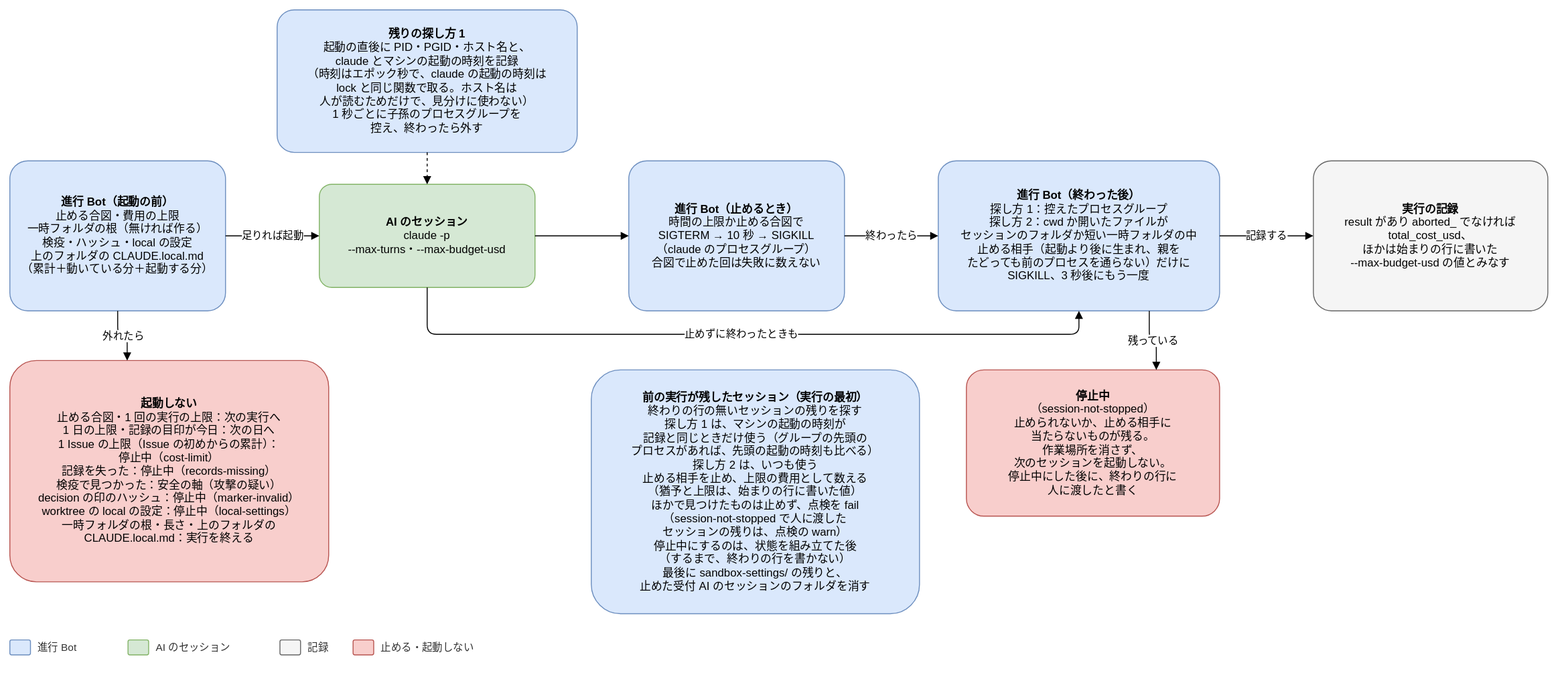
The draw.io diagram docs/design/basic/diagrams/03-stop-and-usage.drawio.svg in Joymerrevent/dev-autopilot, before a commit. Source tidied: cells renumbered, new cells last; positions are measured from the earlier drawing's top-left corner, leaving out a move shared by most shapes.
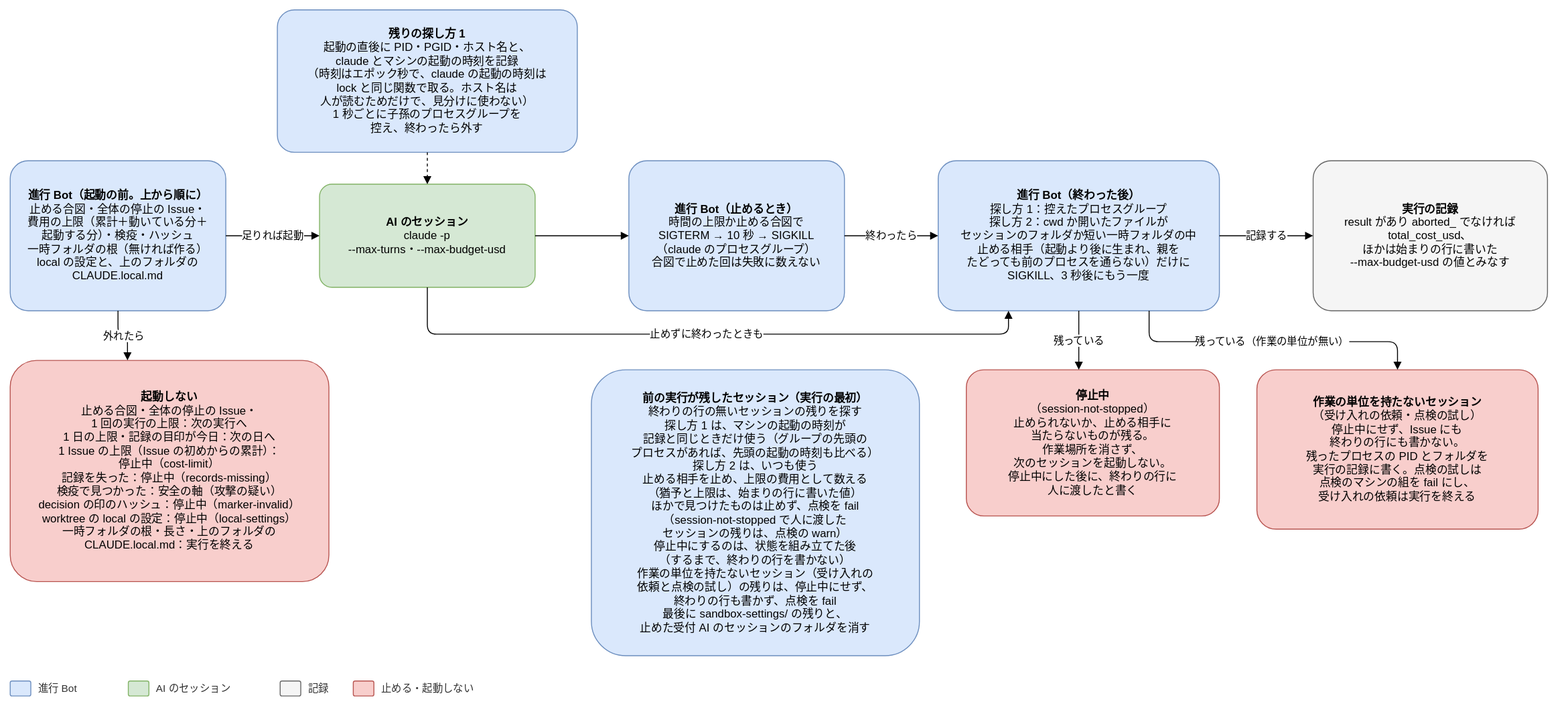
The same file after the commit.

What changed in the source:
```diff
@@ -2,7 +2,7 @@
   <root>
     <mxCell id="0" />
     <mxCell id="1" parent="0" />
-    <mxCell id="2" value="&lt;b&gt;進行 Bot（起動の前）&lt;/b&gt;&lt;br&gt;止める合図・費用の上限&lt;br&gt;一時フォルダの根（無ければ作る）&lt;br&gt;検疫・ハッシュ・local の設定&lt;br&gt;上のフォルダの CLAUDE.local.md&lt;br&gt;（累計＋動いている分＋起動する分）" style="rounded=1;whiteSpace=wrap;html=1;fontSize=12;arcSize=12;spacing=12;fillColor=#dae8fc;strokeColor=#6c8ebf;" parent="1" vertex="1">
+    <mxCell id="2" value="&lt;b&gt;進行 Bot（起動の前。上から順に）&lt;/b&gt;&lt;br&gt;止める合図・全体の停止の Issue・&lt;br&gt;費用の上限（累計＋動いている分＋&lt;br&gt;起動する分）・検疫・ハッシュ&lt;br&gt;一時フォルダの根（無ければ作る）&lt;br&gt;local の設定と、上のフォルダの&lt;br&gt;CLAUDE.local.md" style="rounded=1;whiteSpace=wrap;html=1;fontSize=12;arcSize=12;spacing=12;fillColor=#dae8fc;strokeColor=#6c8ebf;" parent="1" vertex="1">
       <mxGeometry y="161" width="230" height="160" as="geometry" />
     </mxCell>
     <mxCell id="3" value="&lt;b&gt;AI のセッション&lt;/b&gt;&lt;br&gt;claude -p&lt;br&gt;--max-turns・--max-budget-usd" style="rounded=1;whiteSpace=wrap;html=1;fontSize=12;arcSize=12;spacing=12;fillColor=#d5e8d4;strokeColor=#82b366;" parent="1" vertex="1">
@@ -29,11 +29,11 @@
     <mxCell id="10" value="終わったら" style="edgeStyle=orthogonalEdgeStyle;rounded=1;html=1;endArrow=block;endFill=1;fontSize=11;labelBackgroundColor=#ffffff;exitX=1;exitY=0.5;exitDx=0;exitDy=0;entryX=0;entryY=0.5;entryDx=0;entryDy=0;" parent="1" edge="1" source="7" target="9">
       <mxGeometry relative="1" as="geometry" />
     </mxCell>
-    <mxCell id="11" value="止めずに終わったときも" style="edgeStyle=orthogonalEdgeStyle;rounded=1;html=1;endArrow=block;endFill=1;fontSize=11;labelBackgroundColor=#ffffff;exitX=0.5;exitY=1;exitDx=0;exitDy=0;entryX=0.5;entryY=1;entryDx=0;entryDy=0;" parent="1" edge="1" source="3" target="9">
+    <mxCell id="11" value="止めずに終わったときも" style="edgeStyle=orthogonalEdgeStyle;rounded=1;html=1;endArrow=block;endFill=1;fontSize=11;labelBackgroundColor=#ffffff;exitX=0.5;exitY=1;exitDx=0;exitDy=0;entryX=0.25;entryY=1;entryDx=0;entryDy=0;" parent="1" edge="1" source="3" target="9">
       <mxGeometry relative="1" as="geometry">
         <Array as="points">
           <mxPoint x="445" y="346" />
-          <mxPoint x="1140" y="346" />
+          <mxPoint x="1065" y="346" />
         </Array>
       </mxGeometry>
     </mxCell>
@@ -46,41 +46,52 @@
     <mxCell id="14" value="&lt;b&gt;停止中&lt;/b&gt;&lt;br&gt;（session-not-stopped）&lt;br&gt;止められないか、止める相手に&lt;br&gt;当たらないものが残る。&lt;br&gt;作業場所を消さず、&lt;br&gt;次のセッションを起動しない。&lt;br&gt;停止中にした後に、終わりの行に&lt;br&gt;人に渡したと書く" style="rounded=1;whiteSpace=wrap;html=1;fontSize=12;arcSize=12;spacing=12;fillColor=#f8cecc;strokeColor=#b85450;" parent="1" vertex="1">
       <mxGeometry x="1020" y="384" width="270" height="156" as="geometry" />
     </mxCell>
-    <mxCell id="15" value="残っている" style="edgeStyle=orthogonalEdgeStyle;rounded=1;html=1;endArrow=block;endFill=1;fontSize=11;labelBackgroundColor=#ffffff;exitX=0.75;exitY=1;exitDx=0;exitDy=0;entryX=0.75;entryY=0;entryDx=0;entryDy=0;" parent="1" edge="1" source="9" target="14">
+    <mxCell id="15" value="残っている" style="edgeStyle=orthogonalEdgeStyle;rounded=1;html=1;endArrow=block;endFill=1;fontSize=11;labelBackgroundColor=#ffffff;exitX=0.5;exitY=1;exitDx=0;exitDy=0;entryX=0.4444;entryY=0;entryDx=0;entryDy=0;" parent="1" edge="1" source="9" target="14">
       <mxGeometry relative="1" as="geometry" />
     </mxCell>
+    <mxCell id="27" value="&lt;b&gt;作業の単位を持たないセッション&lt;/b&gt;&lt;br&gt;（受け入れの依頼・点検の試し）&lt;br&gt;停止中にせず、Issue にも&lt;br&gt;終わりの行にも書かない。&lt;br&gt;残ったプロセスの PID とフォルダを&lt;br&gt;実行の記録に書く。点検の試しは&lt;br&gt;点検のマシンの組を fail にし、&lt;br&gt;受け入れの依頼は実行を終える" style="rounded=1;whiteSpace=wrap;html=1;fontSize=12;arcSize=12;spacing=12;fillColor=#f8cecc;strokeColor=#b85450;" parent="1" vertex="1">
+      <mxGeometry x="1330" y="384" width="300" height="170" as="geometry" />
+    </mxCell>
+    <mxCell id="28" value="残っている（作業の単位が無い）" style="edgeStyle=orthogonalEdgeStyle;rounded=1;html=1;endArrow=block;endFill=1;fontSize=11;labelBackgroundColor=#ffffff;exitX=0.75;exitY=1;exitDx=0;exitDy=0;entryX=0.5;entryY=0;entryDx=0;entryDy=0;" parent="1" edge="1" source="9" target="27">
+      <mxGeometry relative="1" as="geometry">
+        <Array as="points">
+          <mxPoint x="1215" y="354" />
+          <mxPoint x="1480" y="354" />
+        </Array>
+      </mxGeometry>
+    </mxCell>
-    <mxCell id="16" value="&lt;b&gt;起動しない&lt;/b&gt;&lt;br&gt;止める合図・1 回の実行の上限：次の実行へ&lt;br&gt;1 日の上限・記録の目印が今日：次の日へ&lt;br&gt;1 Issue の上限（Issue の初めからの累計）：&lt;br&gt;停止中（cost-limit）&lt;br&gt;記録を失った：停止中（records-missing）&lt;br&gt;検疫で見つかった：安全の軸（攻撃の疑い）&lt;br&gt;decision の印のハッシュ：停止中（marker-invalid）&lt;br&gt;worktree の local の設定：停止中（local-settings）&lt;br&gt;一時フォルダの根・長さ・上のフォルダの&lt;br&gt;CLAUDE.local.md：実行を終える" style="rounded=1;whiteSpace=wrap;html=1;fontSize=12;arcSize=12;spacing=12;fillColor=#f8cecc;strokeColor=#b85450;" parent="1" vertex="1">
+    <mxCell id="16" value="&lt;b&gt;起動しない&lt;/b&gt;&lt;br&gt;止める合図・全体の停止の Issue・&lt;br&gt;1 回の実行の上限：次の実行へ&lt;br&gt;1 日の上限・記録の目印が今日：次の日へ&lt;br&gt;1 Issue の上限（Issue の初めからの累計）：&lt;br&gt;停止中（cost-limit）&lt;br&gt;記録を失った：停止中（records-missing）&lt;br&gt;検疫で見つかった：安全の軸（攻撃の疑い）&lt;br&gt;decision の印のハッシュ：停止中（marker-invalid）&lt;br&gt;worktree の local の設定：停止中（local-settings）&lt;br&gt;一時フォルダの根・長さ・上のフォルダの&lt;br&gt;CLAUDE.local.md：実行を終える" style="rounded=1;whiteSpace=wrap;html=1;fontSize=12;arcSize=12;spacing=12;fillColor=#f8cecc;strokeColor=#b85450;" parent="1" vertex="1">
       <mxGeometry y="374" width="340" height="236" as="geometry" />
     </mxCell>
     <mxCell id="17" value="外れたら" style="edgeStyle=orthogonalEdgeStyle;rounded=1;html=1;endArrow=block;endFill=1;fontSize=11;labelBackgroundColor=#ffffff;exitX=0.5;exitY=1;exitDx=0;exitDy=0;entryX=0.368;entryY=0;entryDx=0;entryDy=0;" parent="1" edge="1" source="2" target="16">
       <mxGeometry relative="1" as="geometry" />
     </mxCell>
     <mxCell id="18" style="rounded=1;whiteSpace=wrap;html=1;fontSize=12;arcSize=12;spacing=12;fillColor=#dae8fc;strokeColor=#6c8ebf;" parent="1" vertex="1">
-      <mxGeometry y="672" width="22" height="16" as="geometry" />
+      <mxGeometry y="716" width="22" height="16" as="geometry" />
     </mxCell>
     <mxCell id="19" value="進行 Bot" style="text;html=1;align=left;verticalAlign=middle;fontSize=11;fontColor=#333333;" parent="1" vertex="1">
-      <mxGeometry x="28" y="670" width="82" height="20" as="geometry" />
+      <mxGeometry x="28" y="714" width="82" height="20" as="geometry" />
     </mxCell>
     <mxCell id="20" style="rounded=1;whiteSpace=wrap;html=1;fontSize=12;arcSize=12;spacing=12;fillColor=#d5e8d4;strokeColor=#82b366;" parent="1" vertex="1">
-      <mxGeometry x="126" y="672" width="22" height="16" as="geometry" />
+      <mxGeometry x="126" y="716" width="22" height="16" as="geometry" />
     </mxCell>
     <mxCell id="21" value="AI のセッション" style="text;html=1;align=left;verticalAlign=middle;fontSize=11;fontColor=#333333;" parent="1" vertex="1">
-      <mxGeometry x="154" y="670" width="118" height="20" as="geometry" />
+      <mxGeometry x="154" y="714" width="118" height="20" as="geometry" />
     </mxCell>
     <mxCell id="22" style="rounded=1;whiteSpace=wrap;html=1;fontSize=12;arcSize=12;spacing=12;fillColor=#f5f5f5;strokeColor=#666666;" parent="1" vertex="1">
-      <mxGeometry x="288" y="672" width="22" height="16" as="geometry" />
+      <mxGeometry x="288" y="716" width="22" height="16" as="geometry" />
     </mxCell>
     <mxCell id="23" value="記録" style="text;html=1;align=left;verticalAlign=middle;fontSize=11;fontColor=#333333;" parent="1" vertex="1">
-      <mxGeometry x="316" y="670" width="34" height="20" as="geometry" />
+      <mxGeometry x="316" y="714" width="34" height="20" as="geometry" />
     </mxCell>
     <mxCell id="24" style="rounded=1;whiteSpace=wrap;html=1;fontSize=12;arcSize=12;spacing=12;fillColor=#f8cecc;strokeColor=#b85450;" parent="1" vertex="1">
-      <mxGeometry x="366" y="672" width="22" height="16" as="geometry" />
+      <mxGeometry x="366" y="716" width="22" height="16" as="geometry" />
     </mxCell>
     <mxCell id="25" value="止める・起動しない" style="text;html=1;align=left;verticalAlign=middle;fontSize=11;fontColor=#333333;" parent="1" vertex="1">
-      <mxGeometry x="394" y="670" width="118" height="20" as="geometry" />
+      <mxGeometry x="394" y="714" width="118" height="20" as="geometry" />
     </mxCell>
-    <mxCell id="26" value="&lt;b&gt;前の実行が残したセッション（実行の最初）&lt;/b&gt;&lt;br&gt;終わりの行の無いセッションの残りを探す&lt;br&gt;探し方 1 は、マシンの起動の時刻が&lt;br&gt;記録と同じときだけ使う（グループの先頭の&lt;br&gt;プロセスがあれば、先頭の起動の時刻も比べる）&lt;br&gt;探し方 2 は、いつも使う&lt;br&gt;止める相手を止め、上限の費用として数える&lt;br&gt;（猶予と上限は、始まりの行に書いた値）&lt;br&gt;ほかで見つけたものは止めず、点検を fail&lt;br&gt;（session-not-stopped で人に渡した&lt;br&gt;セッションの残りは、点検の warn）&lt;br&gt;停止中にするのは、状態を組み立てた後&lt;br&gt;（するまで、終わりの行を書かない）&lt;br&gt;最後に sandbox-settings/ の残りと、&lt;br&gt;止めた受付 AI のセッションのフォルダを消す" style="rounded=1;whiteSpace=wrap;html=1;fontSize=12;arcSize=12;spacing=12;fillColor=#dae8fc;strokeColor=#6c8ebf;" parent="1" vertex="1">
-      <mxGeometry x="620" y="384" width="350" height="260" as="geometry" />
+    <mxCell id="26" value="&lt;b&gt;前の実行が残したセッション（実行の最初）&lt;/b&gt;&lt;br&gt;終わりの行の無いセッションの残りを探す&lt;br&gt;探し方 1 は、マシンの起動の時刻が&lt;br&gt;記録と同じときだけ使う（グループの先頭の&lt;br&gt;プロセスがあれば、先頭の起動の時刻も比べる）&lt;br&gt;探し方 2 は、いつも使う&lt;br&gt;止める相手を止め、上限の費用として数える&lt;br&gt;（猶予と上限は、始まりの行に書いた値）&lt;br&gt;ほかで見つけたものは止めず、点検を fail&lt;br&gt;（session-not-stopped で人に渡した&lt;br&gt;セッションの残りは、点検の warn）&lt;br&gt;停止中にするのは、状態を組み立てた後&lt;br&gt;（するまで、終わりの行を書かない）&lt;br&gt;作業の単位を持たないセッション（受け入れの&lt;br&gt;依頼と点検の試し）の残りは、停止中にせず、&lt;br&gt;終わりの行も書かず、点検を fail&lt;br&gt;最後に sandbox-settings/ の残りと、&lt;br&gt;止めた受付 AI のセッションのフォルダを消す" style="rounded=1;whiteSpace=wrap;html=1;fontSize=12;arcSize=12;spacing=12;fillColor=#dae8fc;strokeColor=#6c8ebf;" parent="1" vertex="1">
+      <mxGeometry x="620" y="384" width="350" height="305" as="geometry" />
     </mxCell>
   </root>
 </mxGraphModel>
```
